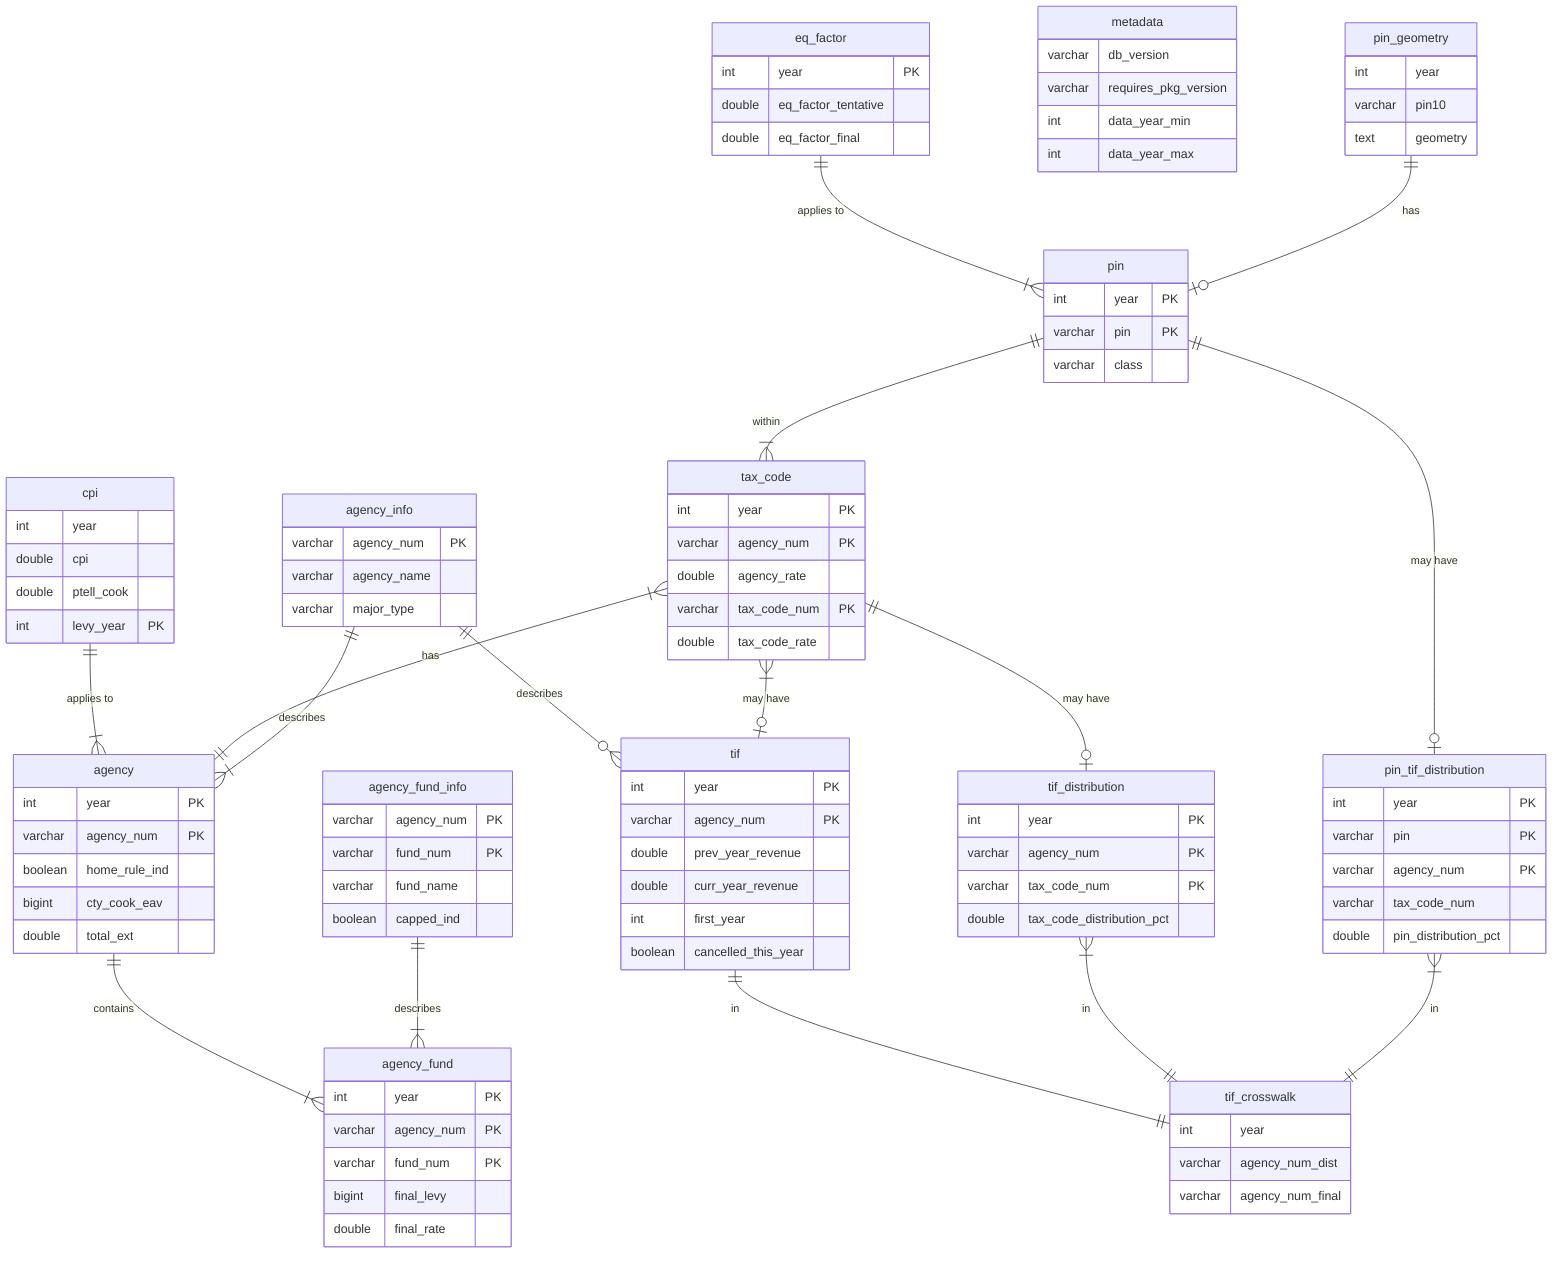
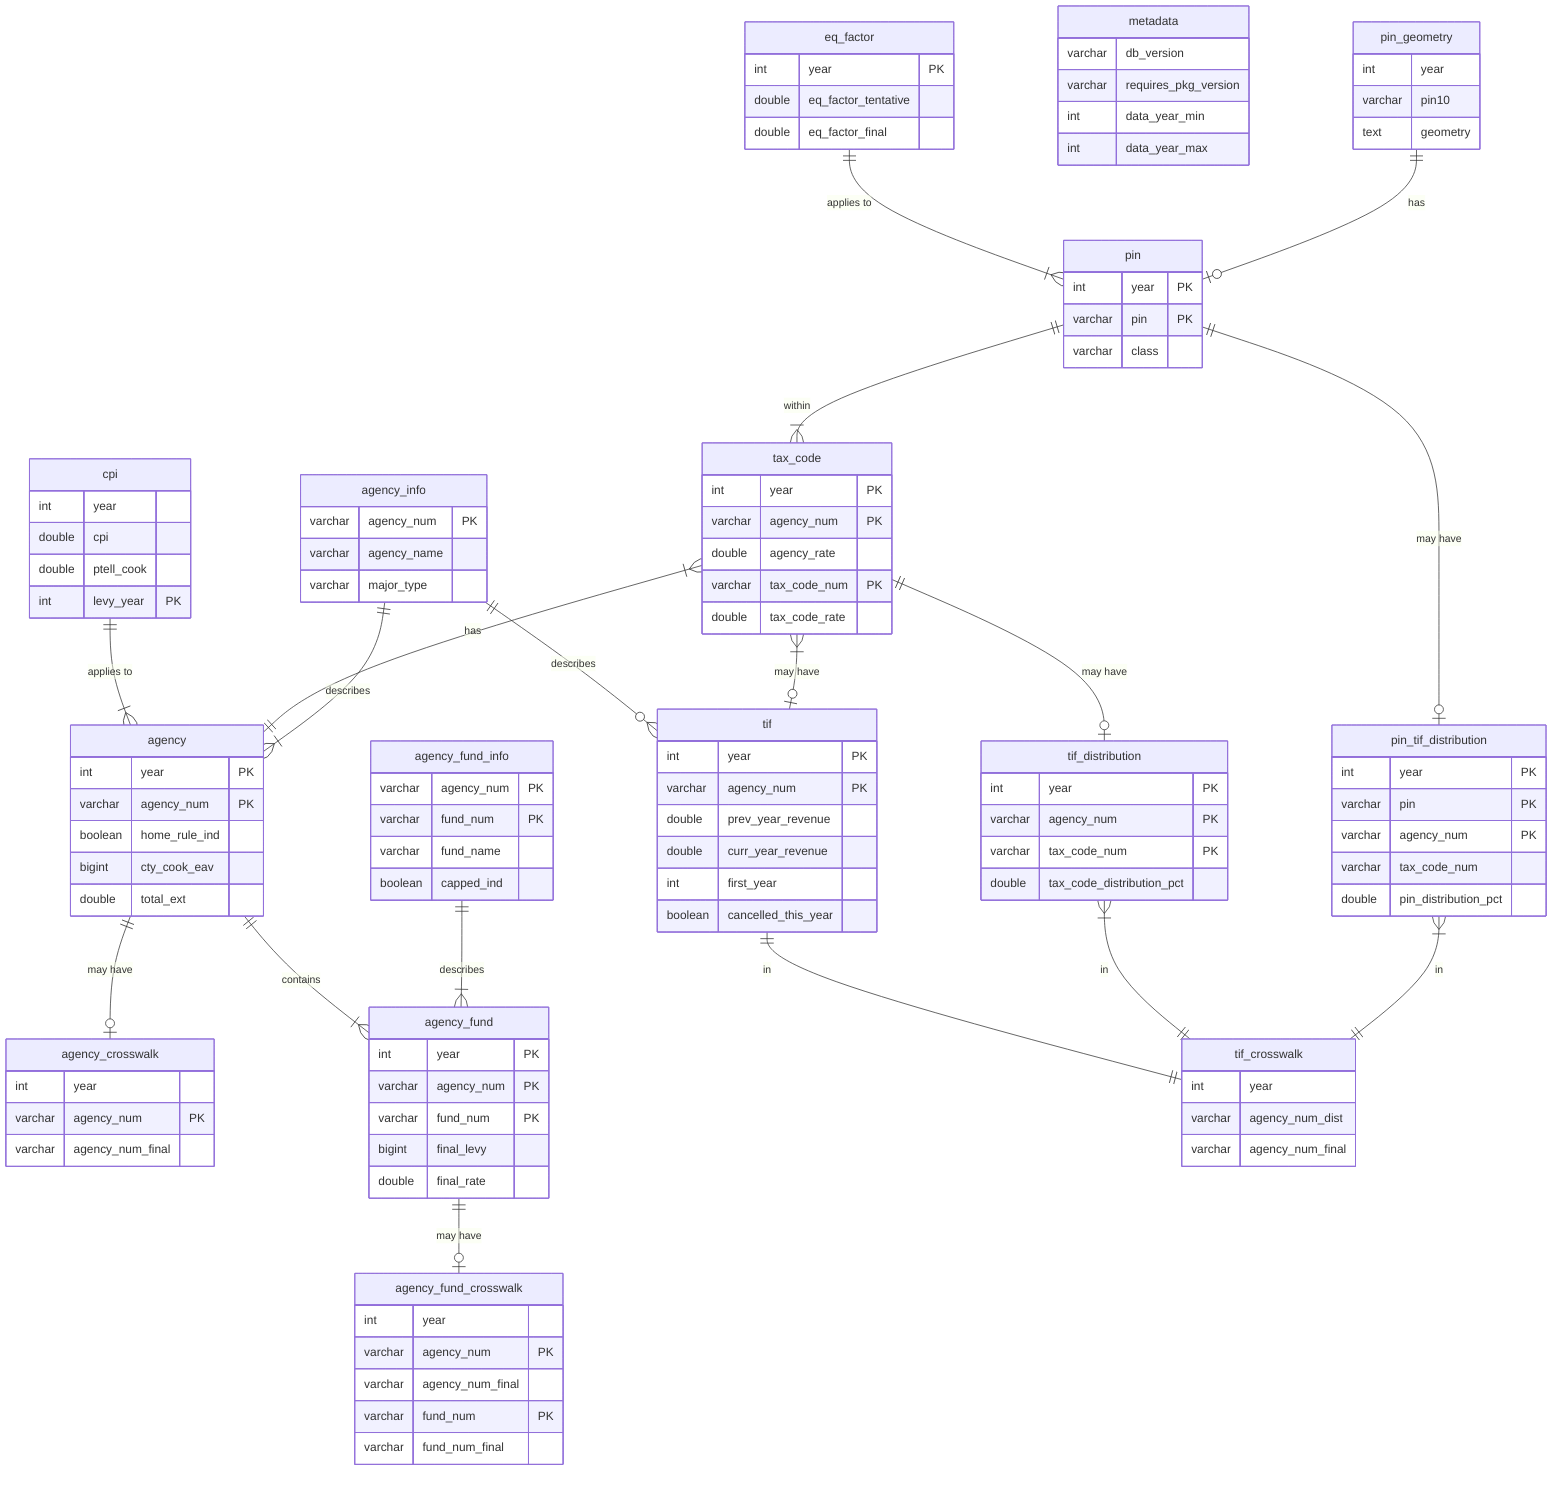
erDiagram

  agency {
    int     year              PK
    varchar agency_num        PK
    boolean home_rule_ind
    bigint  cty_cook_eav
    double  total_ext
  }

  agency_info {
    varchar agency_num         PK
    varchar agency_name
    varchar major_type
  }

+   agency_crosswalk {
+     int     year
+     varchar agency_num         PK
+     varchar agency_num_final
+   }
+ 
  agency_fund {
    int     year               PK
    varchar agency_num         PK
    varchar fund_num           PK
    bigint  final_levy
    double  final_rate
  }

  agency_fund_info {
    varchar agency_num         PK
    varchar fund_num           PK
    varchar fund_name
    boolean capped_ind
+   }
+ 
+   agency_fund_crosswalk {
+     int     year
+     varchar agency_num         PK
+     varchar agency_num_final
+     varchar fund_num           PK
+     varchar fund_num_final
  }

  cpi {
    int     year
    double  cpi
    double  ptell_cook
    int     levy_year          PK
  }

  eq_factor {
    int     year               PK
    double  eq_factor_tentative
    double  eq_factor_final
  }

  metadata {
    varchar db_version
    varchar requires_pkg_version
    int     data_year_min
    int     data_year_max
  }

  pin {
    int     year               PK
    varchar pin                PK
    varchar class
  }

  pin_geometry {
    int     year
    varchar pin10
    text    geometry
  }

  tax_code {
    int     year               PK
    varchar agency_num         PK
    double  agency_rate
    varchar tax_code_num       PK
    double  tax_code_rate
  }

  tif {
    int     year               PK
    varchar agency_num         PK
    double  prev_year_revenue
    double  curr_year_revenue
    int     first_year
    boolean cancelled_this_year
  }

  tif_crosswalk {
    int     year
    varchar agency_num_dist
    varchar agency_num_final
  }

  tif_distribution {
    int     year               PK
    varchar agency_num         PK
    varchar tax_code_num       PK
    double  tax_code_distribution_pct
  }

  pin_tif_distribution {
    int     year               PK
    varchar pin                PK
    varchar agency_num         PK
    varchar tax_code_num
    double  pin_distribution_pct
  }

  eq_factor ||--|{ pin : "applies to"
  pin ||--|{ tax_code : "within"
  pin ||--o| pin_tif_distribution : "may have"
  cpi ||--|{ agency : "applies to"
  tax_code }|--|| agency : "has"
  tax_code ||--o| tif_distribution : "may have"
  agency ||--|{ agency_fund : "contains"
+   agency ||--o| agency_crosswalk : "may have"
  agency_info ||--|{ agency : "describes"
+   agency_fund ||--o| agency_fund_crosswalk : "may have"
  agency_fund_info ||--|{ agency_fund : "describes"
  tif ||--|| tif_crosswalk : "in"
  tif_distribution }|--|| tif_crosswalk : "in"
  pin_tif_distribution }|--|| tif_crosswalk : "in"
  agency_info ||--o{ tif: "describes"
  tax_code }|--o| tif : "may have"
  pin_geometry ||--o| pin : "has"
